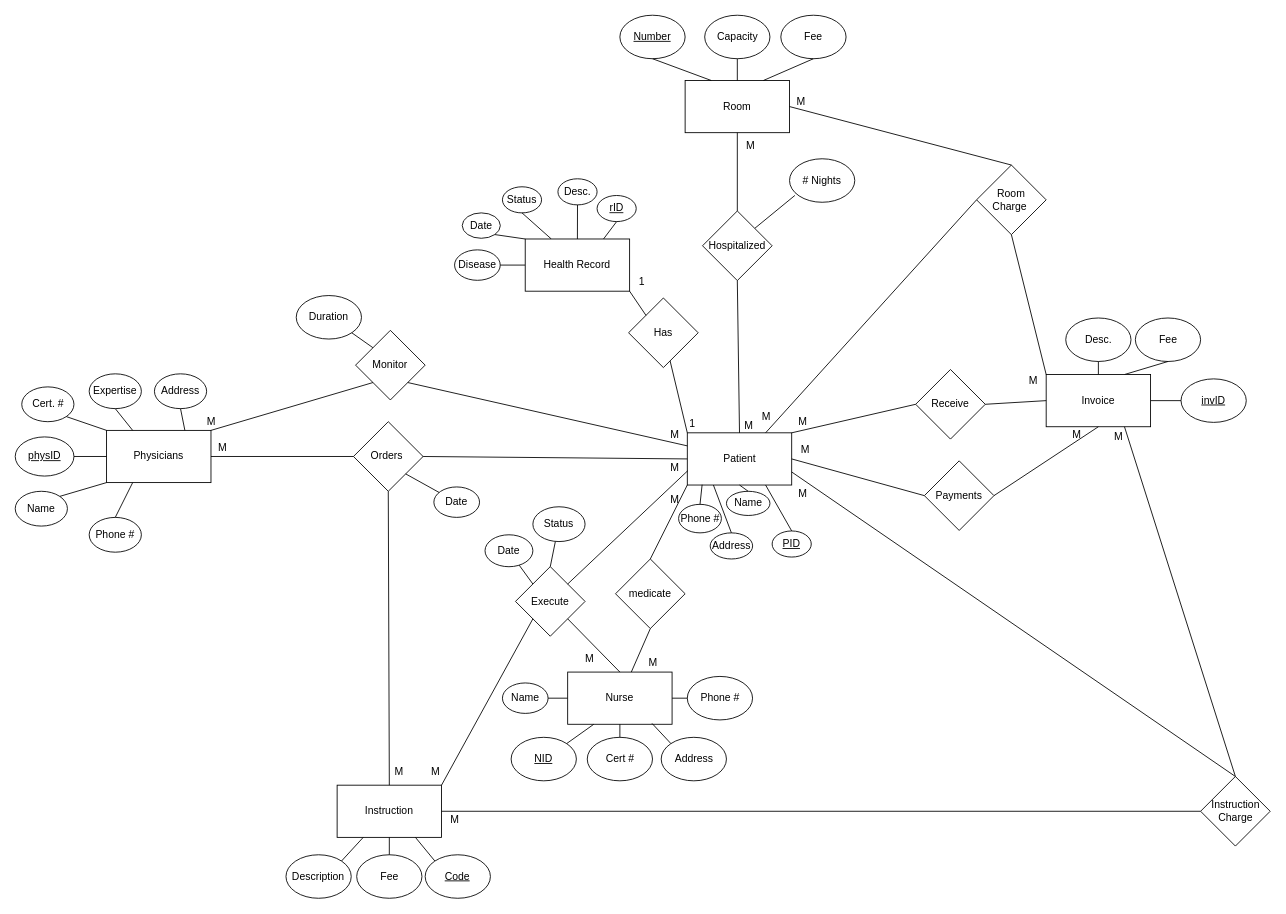
Above: Diagrams/finalERD.drawio in RPetrov453/cs480FinalProject (draw.io), before the change. Source tidied: cells renumbered, new cells numbered last; positions are measured from the earlier drawing's top-left corner, leaving out a move shared by most shapes. Both pictures are drawn from the tidied source at 87%, with x=0, y=0 at pixel (15, 15).
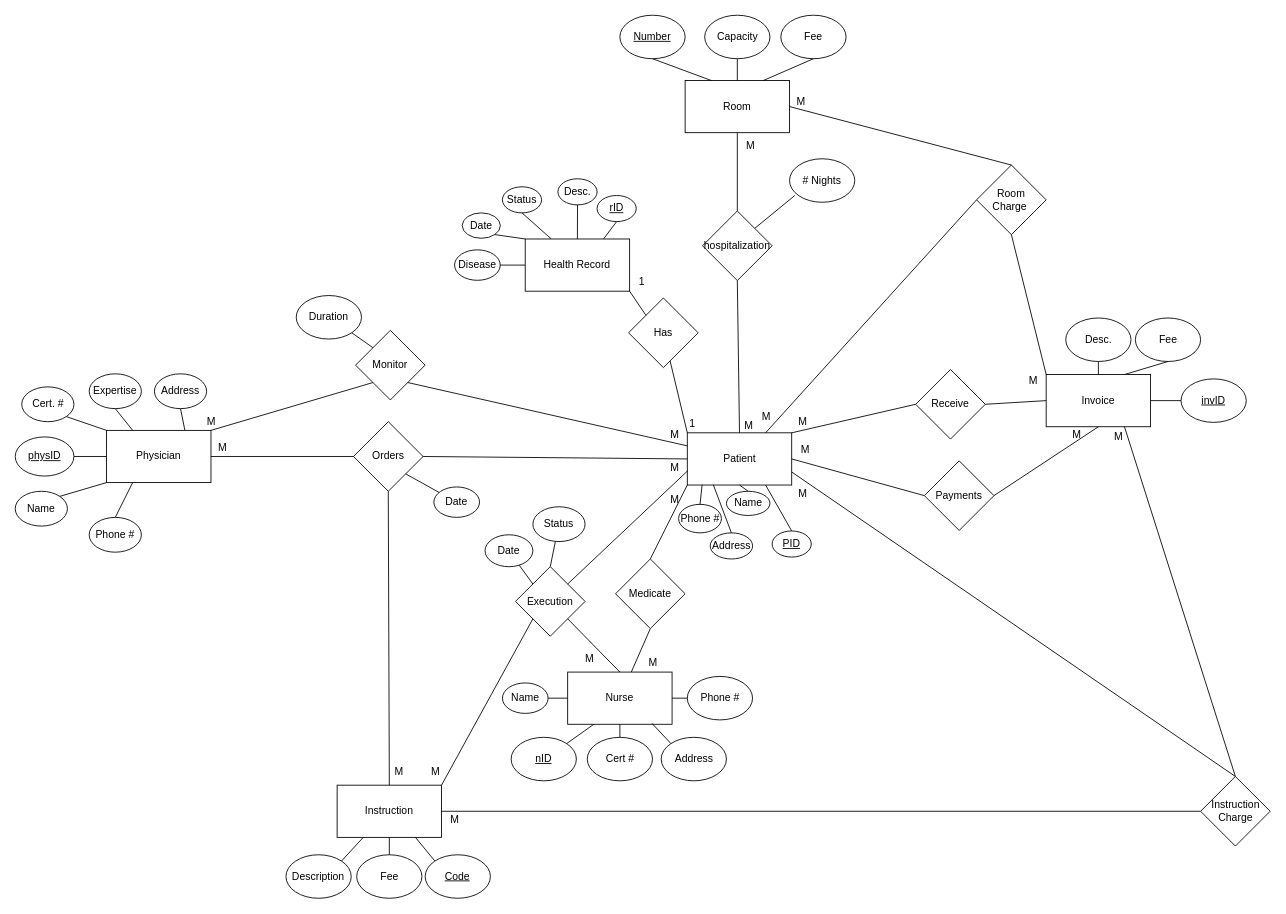
Above is the later version.

What changed in the source:
```diff
@@
-    <mxCell id="2" value="Physicians" style="rounded=0;whiteSpace=wrap;html=1;" parent="1" vertex="1">
+    <mxCell id="2" value="Physician" style="rounded=0;whiteSpace=wrap;html=1;" parent="1" vertex="1">
       <mxGeometry x="105" y="477.2" width="120" height="60" as="geometry" />
     </mxCell>
@@
-    <mxCell id="53" value="&lt;u&gt;NID&lt;/u&gt;" style="ellipse;whiteSpace=wrap;html=1;" parent="1" vertex="1">
+    <mxCell id="53" value="&lt;u&gt;nID&lt;/u&gt;" style="ellipse;whiteSpace=wrap;html=1;" parent="1" vertex="1">
       <mxGeometry x="570" y="830" width="75" height="50" as="geometry" />
     </mxCell>
@@
-    <mxCell id="67" value="Hospitalized" style="rhombus;whiteSpace=wrap;html=1;" parent="1" vertex="1">
+    <mxCell id="67" value="hospitalization" style="rhombus;whiteSpace=wrap;html=1;" parent="1" vertex="1">
       <mxGeometry x="790" y="225" width="80" height="80" as="geometry" />
     </mxCell>
@@
-    <mxCell id="72" value="Orders&amp;nbsp;" style="rhombus;whiteSpace=wrap;html=1;" parent="1" vertex="1">
+    <mxCell id="72" value="Orders" style="rhombus;whiteSpace=wrap;html=1;" parent="1" vertex="1">
       <mxGeometry x="388.8" y="467.2" width="80" height="80" as="geometry" />
     </mxCell>
@@
-    <mxCell id="105" value="medicate" style="rhombus;whiteSpace=wrap;html=1;" parent="1" vertex="1">
+    <mxCell id="105" value="Medicate" style="rhombus;whiteSpace=wrap;html=1;" parent="1" vertex="1">
       <mxGeometry x="690" y="625" width="80" height="80" as="geometry" />
     </mxCell>
@@
-    <mxCell id="109" value="Execute" style="rhombus;whiteSpace=wrap;html=1;" parent="1" vertex="1">
+    <mxCell id="109" value="Execution" style="rhombus;whiteSpace=wrap;html=1;" parent="1" vertex="1">
       <mxGeometry x="575" y="633.8" width="80" height="80" as="geometry" />
     </mxCell>
```
